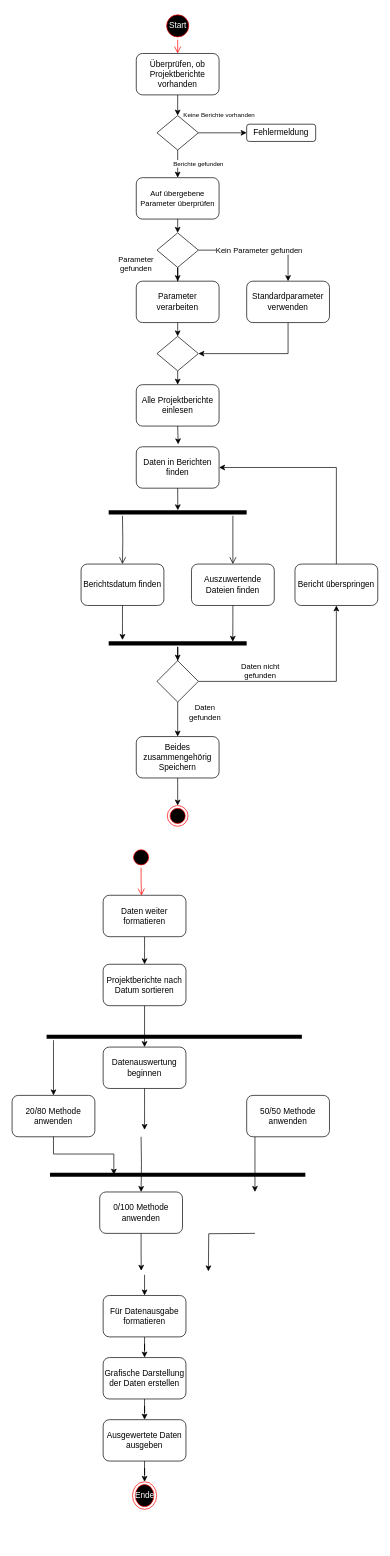
The draw.io diagram activity.drawio in INKSec/Diagramme, before the edit. Source tidied: cells renumbered, new cells numbered last; positions are measured from the earlier drawing's top-left corner, leaving out a move shared by most shapes. Both pictures are drawn from the tidied source at 69%, with x=0, y=0 at pixel (12, 12).
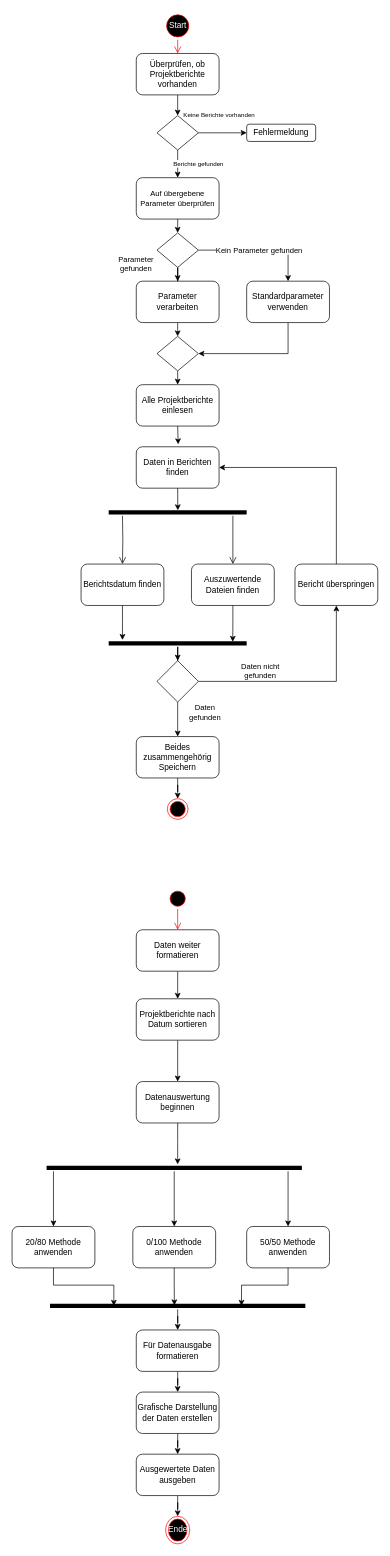
Above is the later version.

Unchanged cells that the change refers to:
```xml
<mxCell id="36" value="Beides zusammengehörig Speichern" style="rounded=1;whiteSpace=wrap;html=1;" parent="1" vertex="1">
  <mxGeometry x="180" y="1050" width="120" height="60" as="geometry" />
</mxCell>
```

What changed in the source:
```diff
@@
-    <mxCell id="35" style="edgeStyle=orthogonalEdgeStyle;rounded=0;jettySize=auto;html=1;entryX=0.5;entryY=0;entryDx=0;entryDy=0;" parent="1" edge="1" source="36" target="69">
-      <mxGeometry relative="1" as="geometry" />
-    </mxCell>
+    <mxCell id="72" style="edgeStyle=orthogonalEdgeStyle;rounded=0;jettySize=auto;html=1;entryX=0.5;entryY=0;entryDx=0;entryDy=0;" parent="1" edge="1" source="36" target="73">
+      <mxGeometry relative="1" as="geometry" />
+    </mxCell>
@@
     <mxCell id="37" style="edgeStyle=orthogonalEdgeStyle;rounded=0;jettySize=auto;html=1;exitX=0.5;exitY=1;exitDx=0;exitDy=0;" parent="1" edge="1" source="38">
       <mxGeometry relative="1" as="geometry">
-        <mxPoint x="192" y="1380" as="targetPoint" />
+        <mxPoint x="240" y="1430" as="targetPoint" />
       </mxGeometry>
     </mxCell>
     <mxCell id="38" value="Daten weiter formatieren" style="rounded=1;whiteSpace=wrap;html=1;" parent="1" vertex="1">
-      <mxGeometry x="132" y="1280" width="120" height="60" as="geometry" />
+      <mxGeometry x="180" y="1330" width="120" height="60" as="geometry" />
     </mxCell>
     <mxCell id="39" value="Datenauswertung beginnen" style="rounded=1;whiteSpace=wrap;html=1;" parent="1" vertex="1">
-      <mxGeometry x="132" y="1500" width="120" height="60" as="geometry" />
+      <mxGeometry x="180" y="1550" width="120" height="60" as="geometry" />
     </mxCell>
@@
     <mxCell id="45" style="edgeStyle=orthogonalEdgeStyle;rounded=0;jettySize=auto;html=1;entryX=0.5;entryY=0;entryDx=0;entryDy=0;" parent="1" edge="1" source="48" target="50">
       <mxGeometry relative="1" as="geometry">
         <Array as="points">
-          <mxPoint x="60" y="1510" />
-          <mxPoint x="60" y="1510" />
+          <mxPoint x="60" y="1700" />
+          <mxPoint x="60" y="1700" />
         </Array>
       </mxGeometry>
     </mxCell>
-    <mxCell id="46" style="edgeStyle=orthogonalEdgeStyle;rounded=0;orthogonalLoop=1;jettySize=auto;html=1;" parent="1" edge="1">
+    <mxCell id="46" style="edgeStyle=orthogonalEdgeStyle;rounded=0;jettySize=auto;html=1;" parent="1" edge="1" source="48">
       <mxGeometry relative="1" as="geometry">
-        <mxPoint x="352" y="1630" as="sourcePoint" />
-        <mxPoint x="352" y="1710" as="targetPoint" />
+        <mxPoint x="400" y="1760" as="targetPoint" />
         <Array as="points">
-          <mxPoint x="352" y="1650" />
-          <mxPoint x="352" y="1650" />
+          <mxPoint x="400" y="1700" />
+          <mxPoint x="400" y="1700" />
         </Array>
       </mxGeometry>
     </mxCell>
-    <mxCell id="47" style="edgeStyle=orthogonalEdgeStyle;rounded=0;jettySize=auto;html=1;" parent="1" edge="1" target="52">
-      <mxGeometry relative="1" as="geometry">
-        <mxPoint x="187" y="1630" as="sourcePoint" />
-      </mxGeometry>
+    <mxCell id="47" style="edgeStyle=orthogonalEdgeStyle;rounded=0;jettySize=auto;html=1;" parent="1" edge="1" source="48" target="52">
+      <mxGeometry relative="1" as="geometry" />
     </mxCell>
     <mxCell id="48" style="shape=line;html=1;strokeWidth=6;strokeColor=#000000;" parent="1" vertex="1">
-      <mxGeometry x="50" y="1480" width="370" height="10" as="geometry" />
+      <mxGeometry x="50" y="1670" width="370" height="10" as="geometry" />
     </mxCell>
     <mxCell id="49" style="edgeStyle=orthogonalEdgeStyle;rounded=0;jettySize=auto;html=1;" parent="1" edge="1" source="39">
       <mxGeometry relative="1" as="geometry">
-        <mxPoint x="192" y="1620" as="targetPoint" />
+        <mxPoint x="240" y="1670" as="targetPoint" />
       </mxGeometry>
     </mxCell>
     <mxCell id="50" value="20/80 Methode anwenden" style="rounded=1;whiteSpace=wrap;html=1;" parent="1" vertex="1">
-      <mxGeometry y="1570" width="120" height="60" as="geometry" />
+      <mxGeometry y="1760" width="120" height="60" as="geometry" />
     </mxCell>
     <mxCell id="51" value="50/50 Methode anwenden" style="rounded=1;whiteSpace=wrap;html=1;" parent="1" vertex="1">
-      <mxGeometry x="340" y="1570" width="120" height="60" as="geometry" />
+      <mxGeometry x="340" y="1760" width="120" height="60" as="geometry" />
     </mxCell>
     <mxCell id="52" value="0/100 Methode anwenden" style="rounded=1;whiteSpace=wrap;html=1;" parent="1" vertex="1">
-      <mxGeometry x="127" y="1710" width="120" height="60" as="geometry" />
+      <mxGeometry x="175" y="1760" width="120" height="60" as="geometry" />
     </mxCell>
-    <mxCell id="53" style="edgeStyle=orthogonalEdgeStyle;rounded=0;jettySize=auto;html=1;entryX=0.5;entryY=0;entryDx=0;entryDy=0;" parent="1" edge="1" target="59">
-      <mxGeometry relative="1" as="geometry">
-        <mxPoint x="192" y="1830" as="sourcePoint" />
-      </mxGeometry>
+    <mxCell id="53" style="edgeStyle=orthogonalEdgeStyle;rounded=0;jettySize=auto;html=1;entryX=0.5;entryY=0;entryDx=0;entryDy=0;" parent="1" edge="1" source="54" target="59">
+      <mxGeometry relative="1" as="geometry" />
     </mxCell>
     <mxCell id="54" style="shape=line;html=1;strokeWidth=6;strokeColor=#000000;" parent="1" vertex="1">
-      <mxGeometry x="55" y="1680" width="370" height="10" as="geometry" />
+      <mxGeometry x="55" y="1870" width="370" height="10" as="geometry" />
     </mxCell>
@@
-    <mxCell id="56" style="edgeStyle=orthogonalEdgeStyle;rounded=0;jettySize=auto;html=1;entryX=0.487;entryY=0.425;entryDx=0;entryDy=0;entryPerimeter=0;" parent="1" edge="1" source="52">
-      <mxGeometry relative="1" as="geometry">
-        <mxPoint x="187.2" y="1824.2" as="targetPoint" />
-      </mxGeometry>
+    <mxCell id="56" style="edgeStyle=orthogonalEdgeStyle;rounded=0;jettySize=auto;html=1;entryX=0.487;entryY=0.425;entryDx=0;entryDy=0;entryPerimeter=0;" parent="1" edge="1" source="52" target="54">
+      <mxGeometry relative="1" as="geometry" />
     </mxCell>
-    <mxCell id="57" style="edgeStyle=orthogonalEdgeStyle;rounded=0;orthogonalLoop=1;jettySize=auto;html=1;entryX=0.75;entryY=0.5;entryDx=0;entryDy=0;entryPerimeter=0;" parent="1" edge="1">
-      <mxGeometry relative="1" as="geometry">
-        <mxPoint x="352" y="1770" as="sourcePoint" />
-        <mxPoint x="284.5" y="1825" as="targetPoint" />
-      </mxGeometry>
+    <mxCell id="57" style="edgeStyle=orthogonalEdgeStyle;rounded=0;jettySize=auto;html=1;entryX=0.75;entryY=0.5;entryDx=0;entryDy=0;entryPerimeter=0;" parent="1" edge="1" source="51" target="54">
+      <mxGeometry relative="1" as="geometry" />
     </mxCell>
@@
     <mxCell id="59" value="Für Datenausgabe formatieren" style="rounded=1;whiteSpace=wrap;html=1;" parent="1" vertex="1">
-      <mxGeometry x="132" y="1860" width="120" height="60" as="geometry" />
+      <mxGeometry x="180" y="1910" width="120" height="60" as="geometry" />
     </mxCell>
@@
     <mxCell id="61" value="Grafische Darstellung der Daten erstellen" style="rounded=1;whiteSpace=wrap;html=1;" parent="1" vertex="1">
-      <mxGeometry x="132" y="1950" width="120" height="60" as="geometry" />
+      <mxGeometry x="180" y="2000" width="120" height="60" as="geometry" />
     </mxCell>
@@
     <mxCell id="63" value="Ausgewertete Daten ausgeben" style="rounded=1;whiteSpace=wrap;html=1;" parent="1" vertex="1">
-      <mxGeometry x="132" y="2040" width="120" height="60" as="geometry" />
+      <mxGeometry x="180" y="2090" width="120" height="60" as="geometry" />
     </mxCell>
@@
     <mxCell id="65" value="Projektberichte nach Datum sortieren" style="rounded=1;whiteSpace=wrap;html=1;" parent="1" vertex="1">
-      <mxGeometry x="132" y="1380" width="120" height="60" as="geometry" />
+      <mxGeometry x="180" y="1430" width="120" height="60" as="geometry" />
     </mxCell>
     <mxCell id="66" value="Ende" style="ellipse;html=1;shape=endState;fillColor=#000000;strokeColor=#ff0000;fontColor=#FFFFFF;" parent="1" vertex="1">
-      <mxGeometry x="174.5" y="2130" width="35" height="40" as="geometry" />
+      <mxGeometry x="222.5" y="2180" width="35" height="40" as="geometry" />
     </mxCell>
@@
-    <mxCell id="69" style="ellipse;html=1;shape=endState;fillColor=#000000;strokeColor=#ff0000;" parent="1" vertex="1">
-      <mxGeometry x="225" y="1150" width="30" height="30" as="geometry" />
-    </mxCell>
-    <mxCell id="70" style="ellipse;html=1;shape=startState;fillColor=#000000;strokeColor=#ff0000;" parent="1" vertex="1">
-      <mxGeometry x="172" y="1210" width="30" height="30" as="geometry" />
-    </mxCell>
-    <mxCell id="71" style="edgeStyle=orthogonalEdgeStyle;html=1;verticalAlign=bottom;endArrow=open;endSize=8;strokeColor=#ff0000;rounded=0;entryX=0.463;entryY=0.007;entryDx=0;entryDy=0;entryPerimeter=0;" parent="1" edge="1" source="70" target="38">
-      <mxGeometry relative="1" as="geometry" />
-    </mxCell>
+    <mxCell id="73" style="ellipse;html=1;shape=endState;fillColor=#000000;strokeColor=#ff0000;" parent="1" vertex="1">
+      <mxGeometry x="225" y="1140" width="30" height="30" as="geometry" />
+    </mxCell>
+    <mxCell id="74" style="ellipse;html=1;shape=startState;fillColor=#000000;strokeColor=#ff0000;" parent="1" vertex="1">
+      <mxGeometry x="225" y="1270" width="30" height="30" as="geometry" />
+    </mxCell>
+    <mxCell id="75" style="edgeStyle=orthogonalEdgeStyle;html=1;verticalAlign=bottom;endArrow=open;endSize=8;strokeColor=#ff0000;rounded=0;entryX=0.5;entryY=0;entryDx=0;entryDy=0;" parent="1" edge="1" source="74" target="38">
+      <mxGeometry relative="1" as="geometry" />
+    </mxCell>
```
